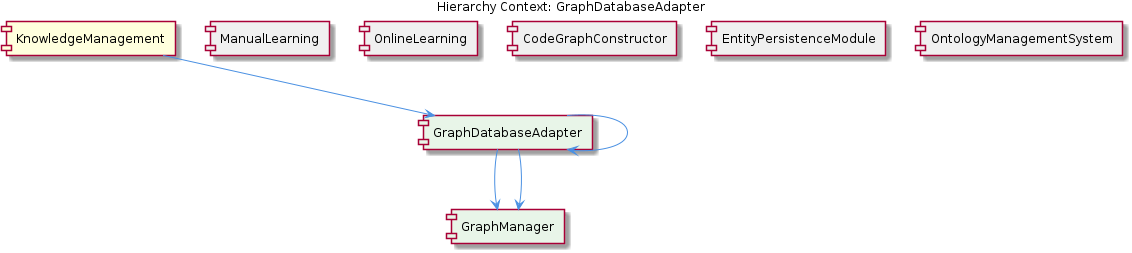
fwornle/coding keeps this PlantUML diagram as knowledge-management/insights/images/graph-database-adapter-relationship.png. Above is the earlier version. Its source is kept beside it as .data/knowledge-graph/insights/puml/graph-database-adapter-relationship.puml.
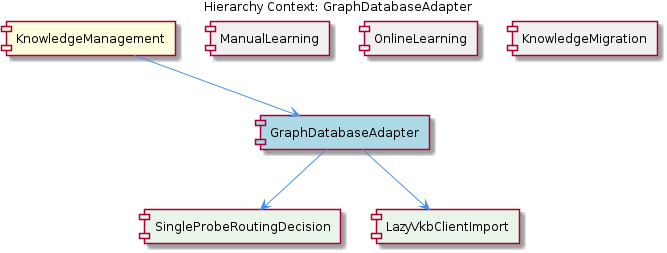
Above is the later version.

Change to the diagram source:
```diff
@@ -7,21 +7,15 @@
 [GraphDatabaseAdapter] as graph_database_adapter #LightBlue
 [ManualLearning] as manual_learning #F0F0F0
 [OnlineLearning] as online_learning #F0F0F0
-[CodeGraphConstructor] as code_graph_constructor #F0F0F0
-[EntityPersistenceModule] as entity_persistence_module #F0F0F0
-[OntologyManagementSystem] as ontology_management_system #F0F0F0
-[GraphManager] as graph_manager #E8F5E8
-[GraphManager] as graph_manager #E8F5E8
-[GraphDatabaseAdapter] as graph_database_adapter #E8F5E8
+[KnowledgeMigration] as knowledge_migration #F0F0F0
+[SingleProbeRoutingDecision] as single_probe_routing_decision #E8F5E8
+[LazyVkbClientImport] as lazy_vkb_client_import #E8F5E8
 
 knowledge_management --> graph_database_adapter
 manual_learning -[hidden]- graph_database_adapter
 online_learning -[hidden]- graph_database_adapter
-code_graph_constructor -[hidden]- graph_database_adapter
-entity_persistence_module -[hidden]- graph_database_adapter
-ontology_management_system -[hidden]- graph_database_adapter
-graph_database_adapter --> graph_manager
-graph_database_adapter --> graph_manager
-graph_database_adapter --> graph_database_adapter
+knowledge_migration -[hidden]- graph_database_adapter
+graph_database_adapter --> single_probe_routing_decision
+graph_database_adapter --> lazy_vkb_client_import
 
 @enduml
```
